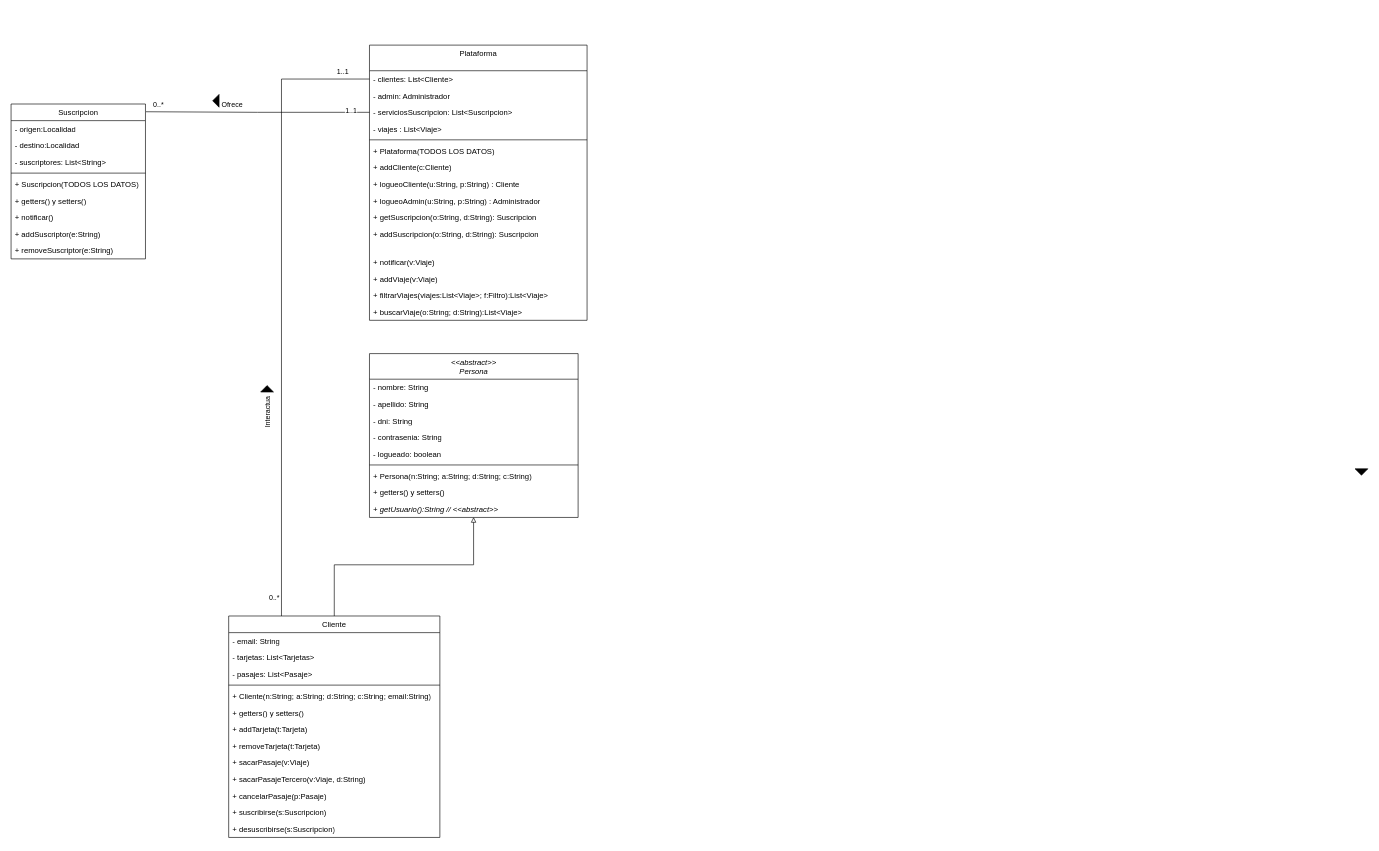
Before: Diagrama de clases de alto nivel/Diagrama de clases de estado actual.drawio in eliseovillaok/TPE-grupo-8, a draw.io diagram. Source tidied: cells renumbered, new cells numbered last; positions are measured from the earlier drawing's top-left corner, leaving out a move shared by most shapes. Both pictures are drawn from the tidied source at 64%, with x=0, y=0 at pixel (11, 45).
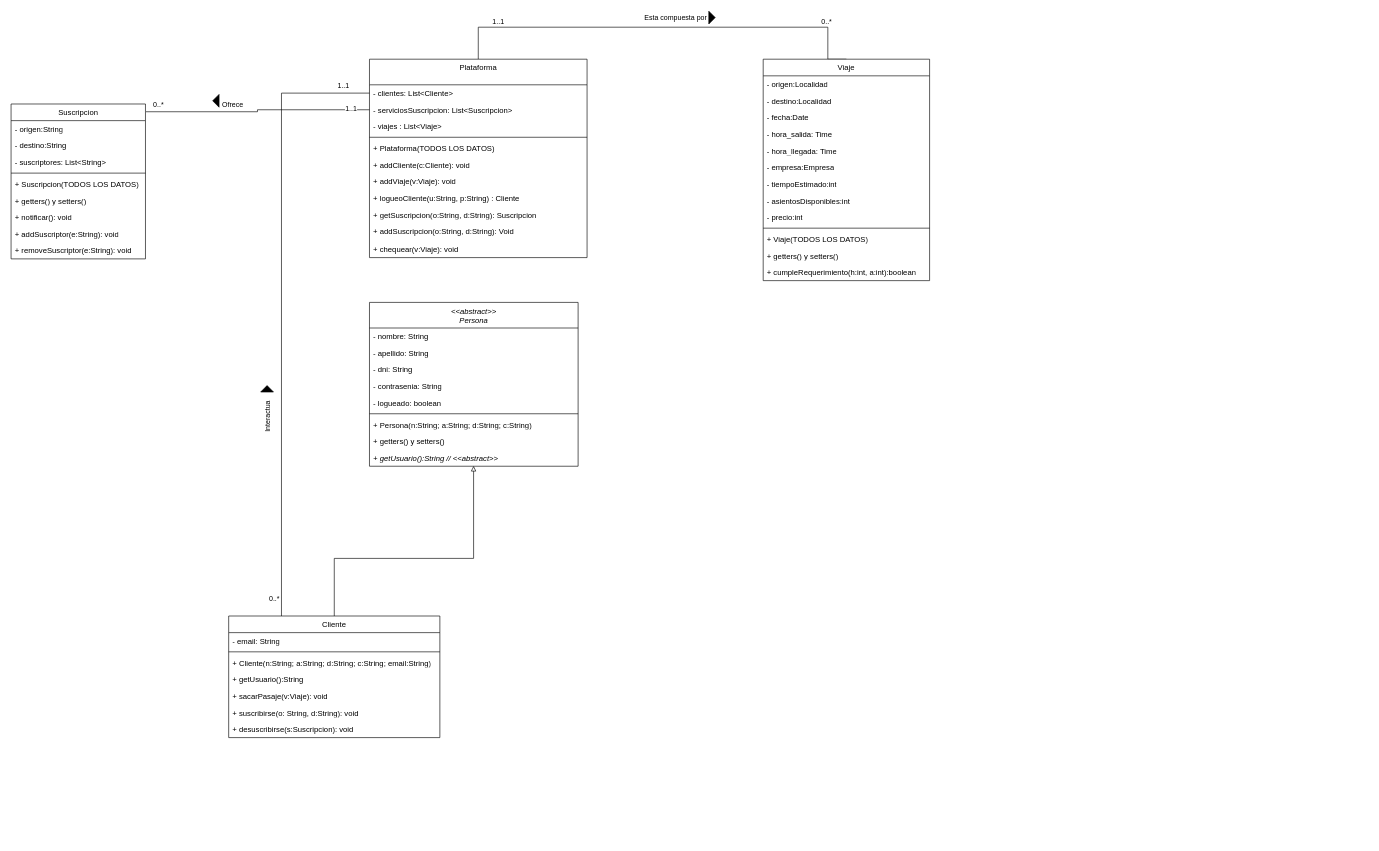
The same diagram, later.

Commit message (it also covers changes not shown here):
Borrado DCEA viejo

Unchanged cells that the change refers to:
```xml
<mxCell id="11" value="&lt;i&gt;+ getUsuario():String // &amp;lt;&amp;lt;abstract&amp;gt;&amp;gt;&lt;/i&gt;" style="text;strokeColor=none;fillColor=none;align=left;verticalAlign=top;spacingLeft=4;spacingRight=4;overflow=hidden;points=[[0,0.5],[1,0.5]];portConstraint=eastwest;whiteSpace=wrap;html=1;" parent="2" vertex="1">
  <mxGeometry y="230" width="326" height="26" as="geometry" />
</mxCell>
<mxCell id="27" value="&lt;span style=&quot;font-weight: normal;&quot;&gt;Suscripcion&lt;/span&gt;" style="swimlane;fontStyle=1;align=center;verticalAlign=top;horizontal=1;startSize=26;whiteSpace=wrap;html=1;" parent="1" vertex="1">
  <mxGeometry x="-0.2" y="92" width="210" height="242" as="geometry" />
</mxCell>
```

Change to the diagram source:
```diff
@@
     <mxCell id="2" value="&lt;i style=&quot;font-weight: normal;&quot;&gt;&amp;lt;&amp;lt;abstract&amp;gt;&amp;gt;&lt;br&gt;Persona&lt;/i&gt;" style="swimlane;fontStyle=1;align=center;verticalAlign=top;horizontal=1;startSize=40;whiteSpace=wrap;html=1;" parent="1" vertex="1">
-      <mxGeometry x="559.8" y="482" width="326" height="256" as="geometry" />
+      <mxGeometry x="559.8" y="402" width="326" height="256" as="geometry" />
     </mxCell>
@@
     <mxCell id="12" style="rounded=0;jettySize=auto;html=1;entryX=0.499;entryY=0.981;entryDx=0;entryDy=0;entryPerimeter=0;endArrow=block;endFill=0;edgeStyle=orthogonalEdgeStyle;" parent="1" edge="1" source="13" target="11">
       <mxGeometry relative="1" as="geometry">
         <Array as="points">
-          <mxPoint x="504.8" y="812" />
-          <mxPoint x="722.8" y="812" />
+          <mxPoint x="505" y="802" />
+          <mxPoint x="722" y="802" />
         </Array>
       </mxGeometry>
     </mxCell>
     <mxCell id="13" value="&lt;span style=&quot;font-weight: normal;&quot;&gt;Cliente&lt;/span&gt;" style="swimlane;fontStyle=1;align=center;verticalAlign=top;horizontal=1;startSize=26;whiteSpace=wrap;html=1;" parent="1" vertex="1">
-      <mxGeometry x="339.8" y="892" width="330" height="346" as="geometry" />
+      <mxGeometry x="339.8" y="892" width="330" height="190" as="geometry" />
     </mxCell>
@@
-    <mxCell id="15" value="- tarjetas: List&amp;lt;Tarjetas&amp;gt;" style="text;strokeColor=none;fillColor=none;align=left;verticalAlign=top;spacingLeft=4;spacingRight=4;overflow=hidden;whiteSpace=wrap;html=1;" parent="13" vertex="1">
-      <mxGeometry y="52" width="330" height="26" as="geometry" />
-    </mxCell>
-    <mxCell id="16" value="- pasajes: List&amp;lt;Pasaje&amp;gt;" style="text;strokeColor=none;fillColor=none;align=left;verticalAlign=top;spacingLeft=4;spacingRight=4;overflow=hidden;whiteSpace=wrap;html=1;" parent="13" vertex="1">
-      <mxGeometry y="78" width="330" height="26" as="geometry" />
-    </mxCell>
     <mxCell id="17" style="line;strokeWidth=1;fillColor=none;align=left;verticalAlign=middle;spacingTop=-1;spacingLeft=3;spacingRight=3;labelPosition=right;strokeColor=inherit;" parent="13" vertex="1">
-      <mxGeometry y="104" width="330" height="8" as="geometry" />
+      <mxGeometry y="52" width="330" height="8" as="geometry" />
     </mxCell>
     <mxCell id="18" value="+ Cliente(n:String; a:String; d:String; c:String; email:String)" style="text;strokeColor=none;fillColor=none;align=left;verticalAlign=top;spacingLeft=4;spacingRight=4;overflow=hidden;whiteSpace=wrap;html=1;" parent="13" vertex="1">
-      <mxGeometry y="112" width="330" height="26" as="geometry" />
+      <mxGeometry y="60" width="330" height="26" as="geometry" />
     </mxCell>
-    <mxCell id="19" value="+ getters() y setters()" style="text;strokeColor=none;fillColor=none;align=left;verticalAlign=top;spacingLeft=4;spacingRight=4;overflow=hidden;whiteSpace=wrap;html=1;" parent="13" vertex="1">
-      <mxGeometry y="138" width="330" height="26" as="geometry" />
-    </mxCell>
-    <mxCell id="20" value="+ addTarjeta(t:Tarjeta)" style="text;strokeColor=none;fillColor=none;align=left;verticalAlign=top;spacingLeft=4;spacingRight=4;overflow=hidden;whiteSpace=wrap;html=1;" parent="13" vertex="1">
-      <mxGeometry y="164" width="330" height="26" as="geometry" />
-    </mxCell>
-    <mxCell id="21" value="+ removeTarjeta(t:Tarjeta)" style="text;strokeColor=none;fillColor=none;align=left;verticalAlign=top;spacingLeft=4;spacingRight=4;overflow=hidden;whiteSpace=wrap;html=1;" parent="13" vertex="1">
-      <mxGeometry y="190" width="330" height="26" as="geometry" />
-    </mxCell>
+    <mxCell id="64" value="+ getUsuario():String&amp;nbsp;" style="text;strokeColor=none;fillColor=none;align=left;verticalAlign=top;spacingLeft=4;spacingRight=4;overflow=hidden;whiteSpace=wrap;html=1;" parent="13" vertex="1">
+      <mxGeometry y="86" width="330" height="26" as="geometry" />
+    </mxCell>
-    <mxCell id="22" value="+ sacarPasaje(v:Viaje)" style="text;strokeColor=none;fillColor=none;align=left;verticalAlign=top;spacingLeft=4;spacingRight=4;overflow=hidden;whiteSpace=wrap;html=1;" parent="13" vertex="1">
-      <mxGeometry y="216" width="330" height="26" as="geometry" />
+    <mxCell id="22" value="+ sacarPasaje(v:Viaje): void" style="text;strokeColor=none;fillColor=none;align=left;verticalAlign=top;spacingLeft=4;spacingRight=4;overflow=hidden;whiteSpace=wrap;html=1;" parent="13" vertex="1">
+      <mxGeometry y="112" width="330" height="26" as="geometry" />
     </mxCell>
-    <mxCell id="23" value="+ sacarPasajeTercero(v:Viaje, d:String)" style="text;strokeColor=none;fillColor=none;align=left;verticalAlign=top;spacingLeft=4;spacingRight=4;overflow=hidden;whiteSpace=wrap;html=1;" parent="13" vertex="1">
-      <mxGeometry y="242" width="330" height="26" as="geometry" />
-    </mxCell>
-    <mxCell id="24" value="+ cancelarPasaje(p:Pasaje)" style="text;strokeColor=none;fillColor=none;align=left;verticalAlign=top;spacingLeft=4;spacingRight=4;overflow=hidden;whiteSpace=wrap;html=1;" parent="13" vertex="1">
-      <mxGeometry y="268" width="330" height="26" as="geometry" />
-    </mxCell>
-    <mxCell id="25" value="+ suscribirse(s:Suscripcion)" style="text;strokeColor=none;fillColor=none;align=left;verticalAlign=top;spacingLeft=4;spacingRight=4;overflow=hidden;whiteSpace=wrap;html=1;" parent="13" vertex="1">
-      <mxGeometry y="294" width="330" height="26" as="geometry" />
+    <mxCell id="25" value="+ suscribirse(o: String, d:String): void" style="text;strokeColor=none;fillColor=none;align=left;verticalAlign=top;spacingLeft=4;spacingRight=4;overflow=hidden;whiteSpace=wrap;html=1;" parent="13" vertex="1">
+      <mxGeometry y="138" width="330" height="26" as="geometry" />
     </mxCell>
-    <mxCell id="26" value="+ desuscribirse(s:Suscripcion)" style="text;strokeColor=none;fillColor=none;align=left;verticalAlign=top;spacingLeft=4;spacingRight=4;overflow=hidden;whiteSpace=wrap;html=1;" parent="13" vertex="1">
-      <mxGeometry y="320" width="330" height="26" as="geometry" />
+    <mxCell id="26" value="+ desuscribirse(s:Suscripcion): void" style="text;strokeColor=none;fillColor=none;align=left;verticalAlign=top;spacingLeft=4;spacingRight=4;overflow=hidden;whiteSpace=wrap;html=1;" parent="13" vertex="1">
+      <mxGeometry y="164" width="330" height="26" as="geometry" />
     </mxCell>
@@
-    <mxCell id="28" value="- origen:Localidad" style="text;strokeColor=none;fillColor=none;align=left;verticalAlign=top;spacingLeft=4;spacingRight=4;overflow=hidden;whiteSpace=wrap;html=1;" parent="27" vertex="1">
+    <mxCell id="28" value="- origen:String" style="text;strokeColor=none;fillColor=none;align=left;verticalAlign=top;spacingLeft=4;spacingRight=4;overflow=hidden;whiteSpace=wrap;html=1;" parent="27" vertex="1">
       <mxGeometry y="26" width="210" height="26" as="geometry" />
     </mxCell>
-    <mxCell id="29" value="- destino:Localidad" style="text;strokeColor=none;fillColor=none;align=left;verticalAlign=top;spacingLeft=4;spacingRight=4;overflow=hidden;whiteSpace=wrap;html=1;" parent="27" vertex="1">
+    <mxCell id="29" value="- destino:String" style="text;strokeColor=none;fillColor=none;align=left;verticalAlign=top;spacingLeft=4;spacingRight=4;overflow=hidden;whiteSpace=wrap;html=1;" parent="27" vertex="1">
       <mxGeometry y="52" width="210" height="26" as="geometry" />
     </mxCell>
@@
-    <mxCell id="34" value="+ notificar()" style="text;strokeColor=none;fillColor=none;align=left;verticalAlign=top;spacingLeft=4;spacingRight=4;overflow=hidden;whiteSpace=wrap;html=1;" parent="27" vertex="1">
+    <mxCell id="34" value="+ notificar(): void" style="text;strokeColor=none;fillColor=none;align=left;verticalAlign=top;spacingLeft=4;spacingRight=4;overflow=hidden;whiteSpace=wrap;html=1;" parent="27" vertex="1">
       <mxGeometry y="164" width="210" height="26" as="geometry" />
     </mxCell>
-    <mxCell id="35" value="+ addSuscriptor(e:String)" style="text;strokeColor=none;fillColor=none;align=left;verticalAlign=top;spacingLeft=4;spacingRight=4;overflow=hidden;whiteSpace=wrap;html=1;" parent="27" vertex="1">
+    <mxCell id="35" value="+ addSuscriptor(e:String): void" style="text;strokeColor=none;fillColor=none;align=left;verticalAlign=top;spacingLeft=4;spacingRight=4;overflow=hidden;whiteSpace=wrap;html=1;" parent="27" vertex="1">
       <mxGeometry y="190" width="210" height="26" as="geometry" />
     </mxCell>
-    <mxCell id="36" value="+ removeSuscriptor(e:String)" style="text;strokeColor=none;fillColor=none;align=left;verticalAlign=top;spacingLeft=4;spacingRight=4;overflow=hidden;whiteSpace=wrap;html=1;" parent="27" vertex="1">
+    <mxCell id="36" value="+ removeSuscriptor(e:String): void" style="text;strokeColor=none;fillColor=none;align=left;verticalAlign=top;spacingLeft=4;spacingRight=4;overflow=hidden;whiteSpace=wrap;html=1;" parent="27" vertex="1">
       <mxGeometry y="216" width="210" height="26" as="geometry" />
     </mxCell>
+    <mxCell id="65" style="edgeStyle=orthogonalEdgeStyle;rounded=0;jettySize=auto;html=1;exitX=0.5;exitY=0;exitDx=0;exitDy=0;entryX=0.5;entryY=0;entryDx=0;entryDy=0;endArrow=none;endFill=0;" parent="1" edge="1" source="37" target="71">
+      <mxGeometry relative="1" as="geometry">
+        <Array as="points">
+          <mxPoint x="730" y="-28" />
+          <mxPoint x="1276" y="-28" />
+        </Array>
+      </mxGeometry>
+    </mxCell>
+    <mxCell id="66" value="Esta compuesta por" style="edgeLabel;html=1;align=center;verticalAlign=middle;" parent="65" vertex="1">
+      <mxGeometry x="0.06" y="2" relative="1" as="geometry">
+        <mxPoint y="-13" as="offset" />
+      </mxGeometry>
+    </mxCell>
+    <mxCell id="67" value="1..1" style="edgeLabel;html=1;align=center;verticalAlign=middle;" parent="65" vertex="1">
+      <mxGeometry x="-0.76" y="-1" relative="1" as="geometry">
+        <mxPoint y="-11" as="offset" />
+      </mxGeometry>
+    </mxCell>
+    <mxCell id="68" value="0..*" style="edgeLabel;html=1;align=center;verticalAlign=middle;" parent="65" vertex="1">
+      <mxGeometry x="0.76" relative="1" as="geometry">
+        <mxPoint y="-10" as="offset" />
+      </mxGeometry>
+    </mxCell>
     <mxCell id="37" value="&lt;span style=&quot;font-weight: 400;&quot;&gt;Plataforma&lt;/span&gt;" style="swimlane;fontStyle=1;align=center;verticalAlign=top;horizontal=1;startSize=40;whiteSpace=wrap;html=1;" parent="1" vertex="1">
-      <mxGeometry x="559.8" width="340" height="430" as="geometry" />
+      <mxGeometry x="559.8" y="22" width="340" height="310" as="geometry" />
     </mxCell>
@@
-    <mxCell id="39" value="- admin: Administrador" style="text;strokeColor=none;fillColor=none;align=left;verticalAlign=top;spacingLeft=4;spacingRight=4;overflow=hidden;whiteSpace=wrap;html=1;" parent="37" vertex="1">
-      <mxGeometry y="66" width="340" height="26" as="geometry" />
-    </mxCell>
     <mxCell id="40" value="- serviciosSuscripcion: List&amp;lt;Suscripcion&amp;gt;" style="text;strokeColor=none;fillColor=none;align=left;verticalAlign=top;spacingLeft=4;spacingRight=4;overflow=hidden;points=[[0,0.5],[1,0.5]];portConstraint=eastwest;whiteSpace=wrap;html=1;" parent="37" vertex="1">
-      <mxGeometry y="92" width="340" height="26" as="geometry" />
+      <mxGeometry y="66" width="340" height="26" as="geometry" />
     </mxCell>
     <mxCell id="41" value="- viajes : List&amp;lt;Viaje&amp;gt;" style="text;strokeColor=none;fillColor=none;align=left;verticalAlign=top;spacingLeft=4;spacingRight=4;overflow=hidden;whiteSpace=wrap;html=1;" parent="37" vertex="1">
-      <mxGeometry y="118" width="340" height="26" as="geometry" />
+      <mxGeometry y="92" width="340" height="26" as="geometry" />
     </mxCell>
     <mxCell id="42" style="line;strokeWidth=1;fillColor=none;align=left;verticalAlign=middle;spacingTop=-1;spacingLeft=3;spacingRight=3;labelPosition=right;strokeColor=inherit;" parent="37" vertex="1">
-      <mxGeometry y="144" width="340" height="8" as="geometry" />
+      <mxGeometry y="118" width="340" height="8" as="geometry" />
     </mxCell>
     <mxCell id="43" value="+ Plataforma(TODOS LOS DATOS)" style="text;strokeColor=none;fillColor=none;align=left;verticalAlign=top;spacingLeft=4;spacingRight=4;overflow=hidden;whiteSpace=wrap;html=1;" parent="37" vertex="1">
-      <mxGeometry y="152" width="340" height="26" as="geometry" />
+      <mxGeometry y="126" width="340" height="26" as="geometry" />
     </mxCell>
-    <mxCell id="44" value="+ addCliente(c:Cliente)" style="text;strokeColor=none;fillColor=none;align=left;verticalAlign=top;spacingLeft=4;spacingRight=4;overflow=hidden;whiteSpace=wrap;html=1;" parent="37" vertex="1">
-      <mxGeometry y="178" width="340" height="26" as="geometry" />
+    <mxCell id="44" value="+ addCliente(c:Cliente): void" style="text;strokeColor=none;fillColor=none;align=left;verticalAlign=top;spacingLeft=4;spacingRight=4;overflow=hidden;whiteSpace=wrap;html=1;" parent="37" vertex="1">
+      <mxGeometry y="152" width="340" height="26" as="geometry" />
     </mxCell>
+    <mxCell id="69" value="+ addViaje(v:Viaje): void" style="text;strokeColor=none;fillColor=none;align=left;verticalAlign=top;spacingLeft=4;spacingRight=4;overflow=hidden;whiteSpace=wrap;html=1;" parent="37" vertex="1">
+      <mxGeometry y="178" width="340" height="26" as="geometry" />
+    </mxCell>
@@
-    <mxCell id="46" value="+ logueoAdmin(u:String, p:String) : Administrador" style="text;strokeColor=none;fillColor=none;align=left;verticalAlign=top;spacingLeft=4;spacingRight=4;overflow=hidden;whiteSpace=wrap;html=1;" parent="37" vertex="1">
-      <mxGeometry y="230" width="340" height="26" as="geometry" />
-    </mxCell>
     <mxCell id="47" value="+ getSuscripcion(o:String, d:String): Suscripcion" style="text;strokeColor=none;fillColor=none;align=left;verticalAlign=top;spacingLeft=4;spacingRight=4;overflow=hidden;whiteSpace=wrap;html=1;" parent="37" vertex="1">
-      <mxGeometry y="256" width="340" height="26" as="geometry" />
+      <mxGeometry y="230" width="340" height="26" as="geometry" />
     </mxCell>
-    <mxCell id="48" value="+ addSuscripcion(o:String, d:String): Suscripcion" style="text;strokeColor=none;fillColor=none;align=left;verticalAlign=top;spacingLeft=4;spacingRight=4;overflow=hidden;whiteSpace=wrap;html=1;" parent="37" vertex="1">
-      <mxGeometry y="282" width="340" height="44" as="geometry" />
+    <mxCell id="48" value="+ addSuscripcion(o:String, d:String): Void" style="text;strokeColor=none;fillColor=none;align=left;verticalAlign=top;spacingLeft=4;spacingRight=4;overflow=hidden;whiteSpace=wrap;html=1;" parent="37" vertex="1">
+      <mxGeometry y="256" width="340" height="28" as="geometry" />
     </mxCell>
-    <mxCell id="49" value="+ notificar(v:Viaje)" style="text;strokeColor=none;fillColor=none;align=left;verticalAlign=top;spacingLeft=4;spacingRight=4;overflow=hidden;whiteSpace=wrap;html=1;" parent="37" vertex="1">
-      <mxGeometry y="326" width="340" height="26" as="geometry" />
-    </mxCell>
-    <mxCell id="50" value="+ addViaje(v:Viaje)" style="text;strokeColor=none;fillColor=none;align=left;verticalAlign=top;spacingLeft=4;spacingRight=4;overflow=hidden;whiteSpace=wrap;html=1;" parent="37" vertex="1">
-      <mxGeometry y="352" width="340" height="26" as="geometry" />
-    </mxCell>
-    <mxCell id="51" value="+ filtrarViajes(viajes:List&amp;lt;Viaje&amp;gt;; f:Filtro):List&amp;lt;Viaje&amp;gt;" style="text;strokeColor=none;fillColor=none;align=left;verticalAlign=top;spacingLeft=4;spacingRight=4;overflow=hidden;whiteSpace=wrap;html=1;" parent="37" vertex="1">
-      <mxGeometry y="378" width="340" height="26" as="geometry" />
-    </mxCell>
-    <mxCell id="52" value="+ buscarViaje(o:String; d:String):List&amp;lt;Viaje&amp;gt;" style="text;strokeColor=none;fillColor=none;align=left;verticalAlign=top;spacingLeft=4;spacingRight=4;overflow=hidden;whiteSpace=wrap;html=1;" parent="37" vertex="1">
-      <mxGeometry y="404" width="340" height="26" as="geometry" />
-    </mxCell>
+    <mxCell id="70" value="+ chequear(v:Viaje): void" style="text;strokeColor=none;fillColor=none;align=left;verticalAlign=top;spacingLeft=4;spacingRight=4;overflow=hidden;whiteSpace=wrap;html=1;" parent="37" vertex="1">
+      <mxGeometry y="284" width="340" height="26" as="geometry" />
+    </mxCell>
@@
-    <mxCell id="63" style="verticalLabelPosition=bottom;verticalAlign=top;html=1;shape=mxgraph.basic.acute_triangle;dx=0.5;rotation=-180;fillColor=#000000;" parent="1" vertex="1">
-      <mxGeometry x="2099.8" y="662" width="20" height="10" as="geometry" />
-    </mxCell>
+    <mxCell id="71" value="&lt;span style=&quot;font-weight: normal;&quot;&gt;Viaje&lt;/span&gt;" style="swimlane;fontStyle=1;align=center;verticalAlign=top;horizontal=1;startSize=26;whiteSpace=wrap;html=1;" parent="1" vertex="1">
+      <mxGeometry x="1175" y="22" width="260" height="346" as="geometry" />
+    </mxCell>
+    <mxCell id="72" value="- origen:Localidad" style="text;strokeColor=none;fillColor=none;align=left;verticalAlign=top;spacingLeft=4;spacingRight=4;overflow=hidden;whiteSpace=wrap;html=1;" parent="71" vertex="1">
+      <mxGeometry y="26" width="260" height="26" as="geometry" />
+    </mxCell>
+    <mxCell id="73" value="- destino:Localidad" style="text;strokeColor=none;fillColor=none;align=left;verticalAlign=top;spacingLeft=4;spacingRight=4;overflow=hidden;whiteSpace=wrap;html=1;" parent="71" vertex="1">
+      <mxGeometry y="52" width="260" height="26" as="geometry" />
+    </mxCell>
+    <mxCell id="74" value="- fecha:Date" style="text;strokeColor=none;fillColor=none;align=left;verticalAlign=top;spacingLeft=4;spacingRight=4;overflow=hidden;whiteSpace=wrap;html=1;" parent="71" vertex="1">
+      <mxGeometry y="78" width="260" height="26" as="geometry" />
+    </mxCell>
+    <mxCell id="75" value="- hora_salida: Time" style="text;strokeColor=none;fillColor=none;align=left;verticalAlign=top;spacingLeft=4;spacingRight=4;overflow=hidden;whiteSpace=wrap;html=1;" parent="71" vertex="1">
+      <mxGeometry y="104" width="260" height="26" as="geometry" />
+    </mxCell>
+    <mxCell id="76" value="- hora_llegada: Time" style="text;strokeColor=none;fillColor=none;align=left;verticalAlign=top;spacingLeft=4;spacingRight=4;overflow=hidden;whiteSpace=wrap;html=1;" parent="71" vertex="1">
+      <mxGeometry y="130" width="260" height="26" as="geometry" />
+    </mxCell>
+    <mxCell id="77" value="- empresa:Empresa" style="text;strokeColor=none;fillColor=none;align=left;verticalAlign=top;spacingLeft=4;spacingRight=4;overflow=hidden;whiteSpace=wrap;html=1;" parent="71" vertex="1">
+      <mxGeometry y="156" width="260" height="26" as="geometry" />
+    </mxCell>
+    <mxCell id="78" value="- tiempoEstimado:int" style="text;strokeColor=none;fillColor=none;align=left;verticalAlign=top;spacingLeft=4;spacingRight=4;overflow=hidden;whiteSpace=wrap;html=1;" parent="71" vertex="1">
+      <mxGeometry y="182" width="260" height="26" as="geometry" />
+    </mxCell>
+    <mxCell id="79" value="- asientosDisponibles:int" style="text;strokeColor=none;fillColor=none;align=left;verticalAlign=top;spacingLeft=4;spacingRight=4;overflow=hidden;whiteSpace=wrap;html=1;" parent="71" vertex="1">
+      <mxGeometry y="208" width="260" height="26" as="geometry" />
+    </mxCell>
+    <mxCell id="80" value="- precio:int" style="text;strokeColor=none;fillColor=none;align=left;verticalAlign=top;spacingLeft=4;spacingRight=4;overflow=hidden;whiteSpace=wrap;html=1;" parent="71" vertex="1">
+      <mxGeometry y="234" width="260" height="26" as="geometry" />
+    </mxCell>
+    <mxCell id="81" style="line;strokeWidth=1;fillColor=none;align=left;verticalAlign=middle;spacingTop=-1;spacingLeft=3;spacingRight=3;labelPosition=right;strokeColor=inherit;" parent="71" vertex="1">
+      <mxGeometry y="260" width="260" height="8" as="geometry" />
+    </mxCell>
+    <mxCell id="82" value="+ Viaje(TODOS LOS DATOS)" style="text;strokeColor=none;fillColor=none;align=left;verticalAlign=top;spacingLeft=4;spacingRight=4;overflow=hidden;whiteSpace=wrap;html=1;" parent="71" vertex="1">
+      <mxGeometry y="268" width="260" height="26" as="geometry" />
+    </mxCell>
+    <mxCell id="19" value="+ getters() y setters()" style="text;strokeColor=none;fillColor=none;align=left;verticalAlign=top;spacingLeft=4;spacingRight=4;overflow=hidden;whiteSpace=wrap;html=1;" parent="71" vertex="1">
+      <mxGeometry y="294" width="260" height="26" as="geometry" />
+    </mxCell>
+    <mxCell id="83" value="+ cumpleRequerimiento(h:int, a:int):boolean" style="text;strokeColor=none;fillColor=none;align=left;verticalAlign=top;spacingLeft=4;spacingRight=4;overflow=hidden;whiteSpace=wrap;html=1;" parent="71" vertex="1">
+      <mxGeometry y="320" width="260" height="26" as="geometry" />
+    </mxCell>
+    <mxCell id="84" style="verticalLabelPosition=bottom;verticalAlign=top;html=1;shape=mxgraph.basic.acute_triangle;dx=0.5;rotation=90;fillColor=#000000;" parent="1" vertex="1">
+      <mxGeometry x="1085" y="-48" width="20" height="10" as="geometry" />
+    </mxCell>
```
